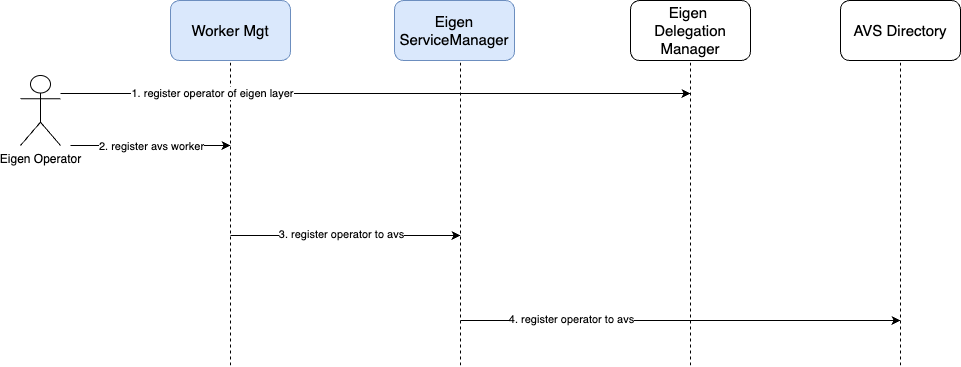
The draw.io diagram images/contracts-register-operator.png in primus-labs/zkFHE-Network-Docs, before a commit. Source tidied: cells renumbered, new cells last; positions are measured from the earlier drawing's top-left corner, leaving out a move shared by most shapes.
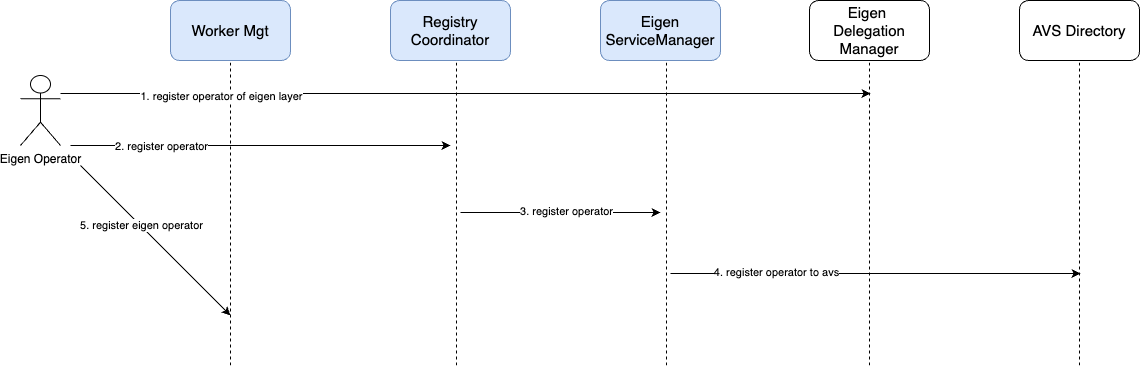
After the change.

Commit message:
update eigen register

Diff of the diagram source:
```diff
@@ -13,14 +13,14 @@
     </mxCell>
     <mxCell id="4" style="endArrow=none;dashed=1;html=1;rounded=0;entryX=0.5;entryY=1;entryDx=0;entryDy=0;" parent="1" edge="1">
       <mxGeometry relative="1" as="geometry">
-        <mxPoint x="440" y="365" as="sourcePoint" />
-        <mxPoint x="440" y="60" as="targetPoint" />
+        <mxPoint x="646" y="365" as="sourcePoint" />
+        <mxPoint x="646" y="60" as="targetPoint" />
       </mxGeometry>
     </mxCell>
     <mxCell id="5" style="endArrow=classic;html=1;rounded=0;" parent="1" edge="1">
       <mxGeometry relative="1" as="geometry">
         <mxPoint x="40" y="93" as="sourcePoint" />
-        <mxPoint x="670" y="93" as="targetPoint" />
+        <mxPoint x="850" y="93" as="targetPoint" />
       </mxGeometry>
     </mxCell>
     <mxCell id="6" value="&lt;div style=&quot;color: rgb(204, 204, 204); background-color: rgb(31, 31, 31); line-height: 18px; white-space-collapse: preserve;&quot;&gt;&lt;br&gt;&lt;/div&gt;" style="edgeLabel;html=1;align=center;verticalAlign=middle;" parent="5" vertex="1">
@@ -28,39 +28,39 @@
     </mxCell>
     <mxCell id="7" value="1. register operator of eigen layer" style="edgeLabel;html=1;align=center;verticalAlign=middle;" parent="5" vertex="1">
       <mxGeometry x="-0.64" y="1" relative="1" as="geometry">
-        <mxPoint x="38" as="offset" />
+        <mxPoint x="14" y="3" as="offset" />
       </mxGeometry>
     </mxCell>
     <mxCell id="8" style="endArrow=none;dashed=1;html=1;rounded=0;entryX=0.5;entryY=1;entryDx=0;entryDy=0;" parent="1" edge="1">
       <mxGeometry relative="1" as="geometry">
-        <mxPoint x="880" y="365" as="sourcePoint" />
-        <mxPoint x="880" y="60" as="targetPoint" />
+        <mxPoint x="1059" y="365" as="sourcePoint" />
+        <mxPoint x="1059" y="60" as="targetPoint" />
       </mxGeometry>
     </mxCell>
     <mxCell id="9" value="&lt;span style=&quot;font-size: 15px;&quot;&gt;Worker Mgt&lt;/span&gt;" style="rounded=1;whiteSpace=wrap;html=1;fillColor=#dae8fc;strokeColor=#6c8ebf;" parent="1" vertex="1">
       <mxGeometry x="150" width="120" height="60" as="geometry" />
     </mxCell>
     <mxCell id="10" value="&lt;span style=&quot;font-size: 15px;&quot;&gt;Eigen ServiceManager&lt;/span&gt;" style="rounded=1;whiteSpace=wrap;html=1;fillColor=#dae8fc;strokeColor=#6c8ebf;" parent="1" vertex="1">
-      <mxGeometry x="374" width="120" height="60" as="geometry" />
+      <mxGeometry x="580" width="120" height="60" as="geometry" />
     </mxCell>
     <mxCell id="11" value="&lt;font style=&quot;font-size: 15px;&quot;&gt;AVS Directory&lt;/font&gt;" style="rounded=1;whiteSpace=wrap;html=1;" parent="1" vertex="1">
-      <mxGeometry x="820" width="120" height="60" as="geometry" />
+      <mxGeometry x="999" width="120" height="60" as="geometry" />
     </mxCell>
     <mxCell id="12" style="endArrow=classic;html=1;rounded=0;" parent="1" edge="1">
       <mxGeometry relative="1" as="geometry">
-        <mxPoint x="210" y="235" as="sourcePoint" />
-        <mxPoint x="440" y="235" as="targetPoint" />
+        <mxPoint x="440" y="212" as="sourcePoint" />
+        <mxPoint x="640" y="212" as="targetPoint" />
       </mxGeometry>
     </mxCell>
-    <mxCell id="13" value="3. register operator to avs" style="edgeLabel;html=1;align=center;verticalAlign=middle;" parent="12" vertex="1">
+    <mxCell id="13" value="3. register operator" style="edgeLabel;html=1;align=center;verticalAlign=middle;" parent="12" vertex="1">
       <mxGeometry x="-0.69" y="3" relative="1" as="geometry">
         <mxPoint x="74" y="1" as="offset" />
       </mxGeometry>
     </mxCell>
     <mxCell id="14" style="endArrow=classic;html=1;rounded=0;" parent="1" edge="1">
       <mxGeometry relative="1" as="geometry">
-        <mxPoint x="440" y="320" as="sourcePoint" />
-        <mxPoint x="880" y="320" as="targetPoint" />
+        <mxPoint x="650" y="273" as="sourcePoint" />
+        <mxPoint x="1060" y="273" as="targetPoint" />
       </mxGeometry>
     </mxCell>
     <mxCell id="15" value="4. register operator to avs" style="edgeLabel;html=1;align=center;verticalAlign=middle;" parent="14" vertex="1">
@@ -70,23 +70,43 @@
     </mxCell>
     <mxCell id="16" style="endArrow=none;dashed=1;html=1;rounded=0;entryX=0.5;entryY=1;entryDx=0;entryDy=0;" parent="1" edge="1">
       <mxGeometry relative="1" as="geometry">
-        <mxPoint x="670" y="365" as="sourcePoint" />
-        <mxPoint x="670" y="60" as="targetPoint" />
+        <mxPoint x="849" y="365" as="sourcePoint" />
+        <mxPoint x="849" y="60" as="targetPoint" />
       </mxGeometry>
     </mxCell>
     <mxCell id="17" value="&lt;font style=&quot;font-size: 15px;&quot;&gt;Eigen&amp;nbsp;&lt;/font&gt;&lt;div&gt;&lt;font style=&quot;font-size: 15px;&quot;&gt;Delegation&lt;/font&gt;&lt;div&gt;&lt;font style=&quot;font-size: 15px;&quot;&gt;Manager&lt;/font&gt;&lt;/div&gt;&lt;/div&gt;" style="rounded=1;whiteSpace=wrap;html=1;" parent="1" vertex="1">
-      <mxGeometry x="610" width="120" height="60" as="geometry" />
+      <mxGeometry x="789" width="120" height="60" as="geometry" />
     </mxCell>
     <mxCell id="18" style="endArrow=classic;html=1;rounded=0;" parent="1" edge="1">
       <mxGeometry relative="1" as="geometry">
         <mxPoint x="50" y="145" as="sourcePoint" />
-        <mxPoint x="210" y="145" as="targetPoint" />
+        <mxPoint x="430" y="145" as="targetPoint" />
       </mxGeometry>
     </mxCell>
-    <mxCell id="19" value="2. register avs worker" style="edgeLabel;html=1;align=center;verticalAlign=middle;" parent="18" vertex="1">
+    <mxCell id="19" value="2. register operator" style="edgeLabel;html=1;align=center;verticalAlign=middle;" parent="18" vertex="1">
       <mxGeometry x="-0.41" y="3" relative="1" as="geometry">
-        <mxPoint x="33" y="3" as="offset" />
+        <mxPoint x="-22" y="3" as="offset" />
       </mxGeometry>
     </mxCell>
+    <mxCell id="20" style="endArrow=none;dashed=1;html=1;rounded=0;entryX=0.5;entryY=1;entryDx=0;entryDy=0;" parent="1" edge="1">
+      <mxGeometry relative="1" as="geometry">
+        <mxPoint x="436" y="365" as="sourcePoint" />
+        <mxPoint x="436" y="60" as="targetPoint" />
+      </mxGeometry>
+    </mxCell>
+    <mxCell id="21" value="&lt;font style=&quot;font-size: 15px;&quot;&gt;Registry&lt;/font&gt;&lt;div&gt;&lt;font style=&quot;font-size: 15px;&quot;&gt;Coordinator&lt;/font&gt;&lt;/div&gt;" style="rounded=1;whiteSpace=wrap;html=1;fillColor=#dae8fc;strokeColor=#6c8ebf;" parent="1" vertex="1">
+      <mxGeometry x="370" width="120" height="60" as="geometry" />
+    </mxCell>
+    <mxCell id="22" style="endArrow=classic;html=1;rounded=0;" parent="1" edge="1">
+      <mxGeometry relative="1" as="geometry">
+        <mxPoint x="60" y="165" as="sourcePoint" />
+        <mxPoint x="210" y="315" as="targetPoint" />
+      </mxGeometry>
+    </mxCell>
+    <mxCell id="23" value="5. register eigen operator" style="edgeLabel;html=1;align=center;verticalAlign=middle;" parent="22" vertex="1">
+      <mxGeometry x="-0.5" y="-2" relative="1" as="geometry">
+        <mxPoint x="24" y="21" as="offset" />
+      </mxGeometry>
+    </mxCell>
   </root>
 </mxGraphModel>
```
